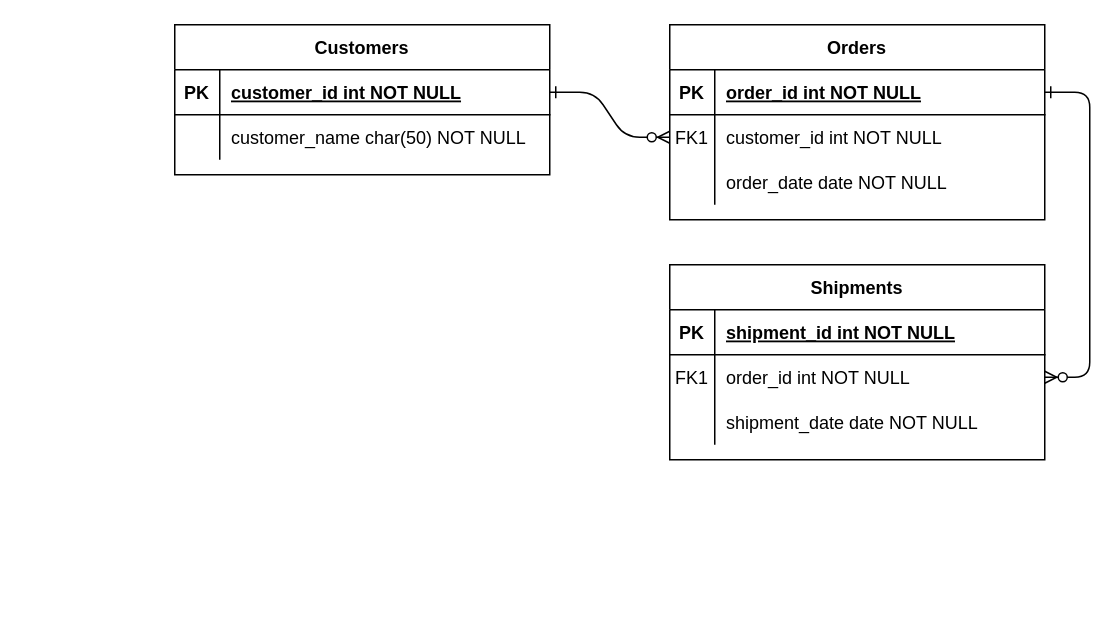
djesusguimaraes/Banco-de-Dados keeps this draw.io diagram as Untitled Diagram.drawio. Above is the earlier version. Source tidied: cells renumbered, new cells numbered last; positions are measured from the earlier drawing's top-left corner, leaving out a move shared by most shapes. Both pictures are drawn from the tidied source at 150%, with x=0, y=0 at pixel (174, 24).
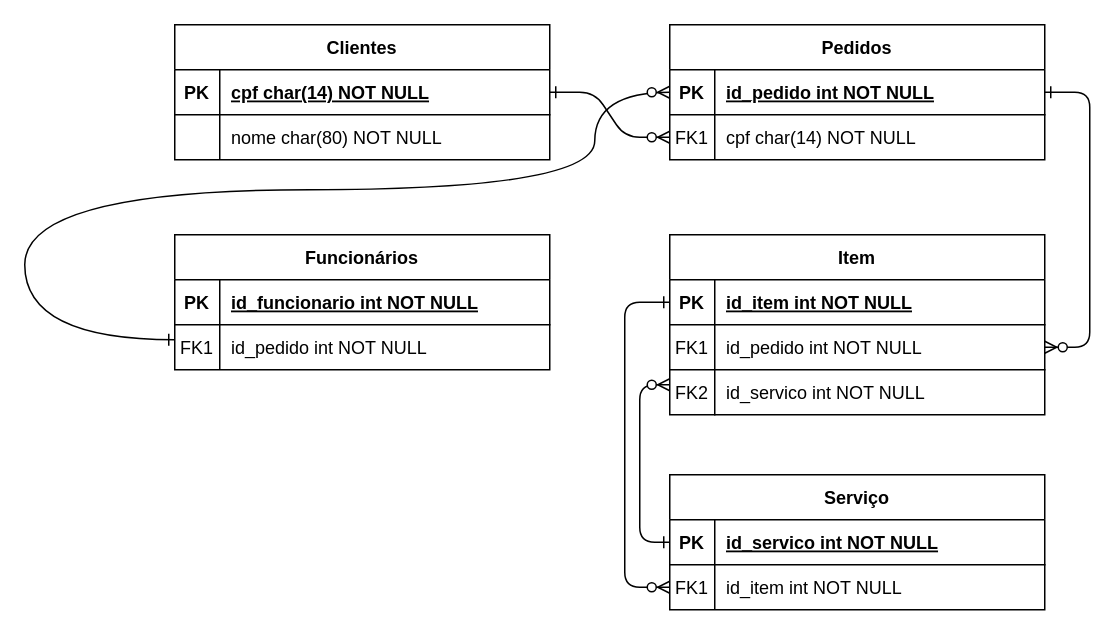
The same page after the edit.

The change refers to these unchanged cells:
```xml
<mxCell id="5" style="shape=partialRectangle;fillColor=none;points=[[0,0.5],[1,0.5]];portConstraint=eastwest;top=0;left=0;right=0;bottom=1;" parent="4" vertex="1">
  <mxGeometry y="30" width="250" height="30" as="geometry" />
</mxCell>
<mxCell id="8" style="shape=partialRectangle;fillColor=none;points=[[0,0.5],[1,0.5]];portConstraint=eastwest;top=0;left=0;right=0;bottom=0;" parent="4" vertex="1">
  <mxGeometry y="60" width="250" height="30" as="geometry" />
</mxCell>
```

The edit, as a diff of the source:
```diff
@@
-    <mxCell id="3" style="edgeStyle=entityRelationEdgeStyle;endArrow=ERzeroToMany;startArrow=ERone;endFill=1;startFill=0;" parent="1" edge="1" source="5" target="18">
+    <mxCell id="3" style="edgeStyle=entityRelationEdgeStyle;endArrow=ERzeroToMany;startArrow=ERone;endFill=1;startFill=0;entryX=1;entryY=0.5;entryDx=0;entryDy=0;" parent="1" edge="1" source="5" target="18">
       <mxGeometry relative="1" as="geometry" />
     </mxCell>
-    <mxCell id="4" value="Orders" style="shape=table;startSize=30;childLayout=tableLayout;rowLines=0;fontStyle=1;align=center;" parent="1" vertex="1">
-      <mxGeometry x="330" width="250" height="130" as="geometry" />
+    <mxCell id="4" value="Pedidos" style="shape=table;startSize=30;childLayout=tableLayout;rowLines=0;fontStyle=1;align=center;" parent="1" vertex="1">
+      <mxGeometry x="330" width="250" height="90" as="geometry" />
     </mxCell>
@@
-    <mxCell id="7" value="order_id int NOT NULL " style="shape=partialRectangle;overflow=hidden;fillColor=none;top=0;left=0;bottom=0;right=0;align=left;spacingLeft=6;fontStyle=5;" parent="5" vertex="1">
+    <mxCell id="7" value="id_pedido int NOT NULL " style="shape=partialRectangle;overflow=hidden;fillColor=none;top=0;left=0;bottom=0;right=0;align=left;spacingLeft=6;fontStyle=5;" parent="5" vertex="1">
       <mxGeometry x="30" width="220" height="30" as="geometry" />
     </mxCell>
@@
-    <mxCell id="10" value="customer_id int NOT NULL" style="shape=partialRectangle;overflow=hidden;fillColor=none;top=0;left=0;bottom=0;right=0;align=left;spacingLeft=6;" parent="8" vertex="1">
+    <mxCell id="10" value="cpf char(14) NOT NULL" style="shape=partialRectangle;overflow=hidden;fillColor=none;top=0;left=0;bottom=0;right=0;align=left;spacingLeft=6;" parent="8" vertex="1">
       <mxGeometry x="30" width="220" height="30" as="geometry" />
     </mxCell>
-    <mxCell id="11" style="shape=partialRectangle;fillColor=none;top=0;left=0;right=0;bottom=0;" parent="4" vertex="1">
-      <mxGeometry y="90" width="250" height="30" as="geometry" />
-    </mxCell>
-    <mxCell id="12" style="shape=partialRectangle;overflow=hidden;fillColor=none;top=0;left=0;bottom=0;right=0;" parent="11" vertex="1">
-      <mxGeometry width="30" height="30" as="geometry" />
-    </mxCell>
-    <mxCell id="13" value="order_date date NOT NULL" style="shape=partialRectangle;overflow=hidden;fillColor=none;top=0;left=0;bottom=0;right=0;align=left;spacingLeft=6;" parent="11" vertex="1">
-      <mxGeometry x="30" width="220" height="30" as="geometry" />
-    </mxCell>
+    <mxCell id="24" value="Clientes" style="shape=table;startSize=30;childLayout=tableLayout;rowLines=0;fontStyle=1;align=center;" parent="1" vertex="1">
+      <mxGeometry width="250" height="90" as="geometry" />
+    </mxCell>
+    <mxCell id="25" style="shape=partialRectangle;fillColor=none;points=[[0,0.5],[1,0.5]];portConstraint=eastwest;top=0;left=0;right=0;bottom=1;" parent="24" vertex="1">
+      <mxGeometry y="30" width="250" height="30" as="geometry" />
+    </mxCell>
+    <mxCell id="26" value="PK" style="shape=partialRectangle;overflow=hidden;fillColor=none;top=0;left=0;bottom=0;right=0;fontStyle=1;" parent="25" vertex="1">
+      <mxGeometry width="30" height="30" as="geometry" />
+    </mxCell>
+    <mxCell id="27" value="cpf char(14) NOT NULL " style="shape=partialRectangle;overflow=hidden;fillColor=none;top=0;left=0;bottom=0;right=0;align=left;spacingLeft=6;fontStyle=5;" parent="25" vertex="1">
+      <mxGeometry x="30" width="220" height="30" as="geometry" />
+    </mxCell>
+    <mxCell id="28" style="shape=partialRectangle;fillColor=none;top=0;left=0;right=0;bottom=0;" parent="24" vertex="1">
+      <mxGeometry y="60" width="250" height="30" as="geometry" />
+    </mxCell>
+    <mxCell id="29" style="shape=partialRectangle;overflow=hidden;fillColor=none;top=0;left=0;bottom=0;right=0;" parent="28" vertex="1">
+      <mxGeometry width="30" height="30" as="geometry" />
+    </mxCell>
+    <mxCell id="30" value="nome char(80) NOT NULL" style="shape=partialRectangle;overflow=hidden;fillColor=none;top=0;left=0;bottom=0;right=0;align=left;spacingLeft=6;" parent="28" vertex="1">
+      <mxGeometry x="30" width="220" height="30" as="geometry" />
+    </mxCell>
+    <mxCell id="31" style="edgeStyle=elbowEdgeStyle;endArrow=ERzeroToMany;startArrow=ERone;endFill=1;startFill=0;exitX=0;exitY=0.5;exitDx=0;exitDy=0;entryX=0;entryY=0.5;entryDx=0;entryDy=0;" parent="1" edge="1" source="15" target="36">
+      <mxGeometry relative="1" as="geometry">
+        <Array as="points">
+          <mxPoint x="300" y="283" />
+        </Array>
+      </mxGeometry>
+    </mxCell>
+    <mxCell id="32" value="Serviço" style="shape=table;startSize=30;childLayout=tableLayout;rowLines=0;fontStyle=1;align=center;" parent="1" vertex="1">
+      <mxGeometry x="330" y="300" width="250" height="90" as="geometry" />
+    </mxCell>
+    <mxCell id="33" style="shape=partialRectangle;fillColor=none;points=[[0,0.5],[1,0.5]];portConstraint=eastwest;top=0;left=0;right=0;bottom=1;" parent="32" vertex="1">
+      <mxGeometry y="30" width="250" height="30" as="geometry" />
+    </mxCell>
+    <mxCell id="34" value="PK" style="shape=partialRectangle;overflow=hidden;fillColor=none;top=0;left=0;bottom=0;right=0;fontStyle=1;" parent="33" vertex="1">
+      <mxGeometry width="30" height="30" as="geometry" />
+    </mxCell>
+    <mxCell id="35" value="id_servico int NOT NULL " style="shape=partialRectangle;overflow=hidden;fillColor=none;top=0;left=0;bottom=0;right=0;align=left;spacingLeft=6;fontStyle=5;" parent="33" vertex="1">
+      <mxGeometry x="30" width="220" height="30" as="geometry" />
+    </mxCell>
+    <mxCell id="36" style="shape=partialRectangle;fillColor=none;points=[[0,0.5],[1,0.5]];portConstraint=eastwest;top=0;left=0;right=0;bottom=0;" parent="32" vertex="1">
+      <mxGeometry y="60" width="250" height="30" as="geometry" />
+    </mxCell>
+    <mxCell id="37" value="FK1" style="shape=partialRectangle;overflow=hidden;fillColor=none;top=0;left=0;bottom=0;right=0;" parent="36" vertex="1">
+      <mxGeometry width="30" height="30" as="geometry" />
+    </mxCell>
+    <mxCell id="38" value="id_item int NOT NULL" style="shape=partialRectangle;overflow=hidden;fillColor=none;top=0;left=0;bottom=0;right=0;align=left;spacingLeft=6;" parent="36" vertex="1">
+      <mxGeometry x="30" width="220" height="30" as="geometry" />
+    </mxCell>
+    <mxCell id="39" style="endArrow=ERzeroToMany;startArrow=ERone;endFill=1;startFill=0;exitX=0;exitY=0.5;exitDx=0;exitDy=0;" parent="1" edge="1" source="33">
+      <mxGeometry relative="1" as="geometry">
+        <mxPoint x="330" y="240" as="targetPoint" />
+        <Array as="points">
+          <mxPoint x="310" y="345" />
+          <mxPoint x="310" y="310" />
+          <mxPoint x="310" y="240" />
+        </Array>
+      </mxGeometry>
+    </mxCell>
+    <mxCell id="40" style="edgeStyle=orthogonalEdgeStyle;endArrow=ERzeroToMany;startArrow=ERone;endFill=1;startFill=0;curved=1;entryX=0;entryY=0.5;entryDx=0;entryDy=0;" parent="1" edge="1" target="5">
+      <mxGeometry relative="1" as="geometry">
+        <mxPoint y="210" as="sourcePoint" />
+        <Array as="points">
+          <mxPoint x="-100" y="210" />
+          <mxPoint x="-100" y="110" />
+          <mxPoint x="280" y="110" />
+          <mxPoint x="280" y="45" />
+        </Array>
+      </mxGeometry>
+    </mxCell>
+    <mxCell id="41" value="Funcionários" style="shape=table;startSize=30;childLayout=tableLayout;rowLines=0;fontStyle=1;align=center;" parent="1" vertex="1">
+      <mxGeometry y="140" width="250" height="90" as="geometry" />
+    </mxCell>
+    <mxCell id="42" style="shape=partialRectangle;fillColor=none;top=0;left=0;right=0;bottom=1;" parent="41" vertex="1">
+      <mxGeometry y="30" width="250" height="30" as="geometry" />
+    </mxCell>
+    <mxCell id="43" value="PK" style="shape=partialRectangle;overflow=hidden;fillColor=none;top=0;left=0;bottom=0;right=0;fontStyle=1;" parent="42" vertex="1">
+      <mxGeometry width="30" height="30" as="geometry" />
+    </mxCell>
+    <mxCell id="44" value="id_funcionario int NOT NULL " style="shape=partialRectangle;overflow=hidden;fillColor=none;top=0;left=0;bottom=0;right=0;align=left;spacingLeft=6;fontStyle=5;" parent="42" vertex="1">
+      <mxGeometry x="30" width="220" height="30" as="geometry" />
+    </mxCell>
+    <mxCell id="45" style="shape=partialRectangle;fillColor=none;top=0;left=0;right=0;bottom=0;" parent="41" vertex="1">
+      <mxGeometry y="60" width="250" height="30" as="geometry" />
+    </mxCell>
+    <mxCell id="46" style="shape=partialRectangle;overflow=hidden;fillColor=none;top=0;left=0;bottom=0;right=0;" parent="45" vertex="1">
+      <mxGeometry width="30" height="30" as="geometry" />
+    </mxCell>
+    <mxCell id="47" value="id_pedido int NOT NULL" style="shape=partialRectangle;overflow=hidden;fillColor=none;top=0;left=0;bottom=0;right=0;align=left;spacingLeft=6;" parent="45" vertex="1">
+      <mxGeometry x="30" width="220" height="30" as="geometry" />
+    </mxCell>
+    <mxCell id="48" value="FK1" style="shape=partialRectangle;overflow=hidden;fillColor=none;top=0;left=0;bottom=0;right=0;" parent="1" vertex="1">
+      <mxGeometry y="200" width="30" height="30" as="geometry" />
+    </mxCell>
+    <mxCell id="49" style="group;fontStyle=0;" parent="1" vertex="1">
+      <mxGeometry x="330" y="140" width="250" height="120" as="geometry" />
+    </mxCell>
-    <mxCell id="14" value="Shipments" style="shape=table;startSize=30;childLayout=tableLayout;rowLines=0;fontStyle=1;align=center;" parent="1" vertex="1">
-      <mxGeometry x="330" y="160" width="250" height="130" as="geometry" />
+    <mxCell id="14" value="Item" style="shape=table;startSize=30;childLayout=tableLayout;rowLines=0;fontStyle=1;align=center;" parent="49" vertex="1">
+      <mxGeometry width="250" height="90" as="geometry" />
     </mxCell>
-    <mxCell id="15" style="shape=partialRectangle;fillColor=none;points=[[0,0.5],[1,0.5]];portConstraint=eastwest;top=0;left=0;right=0;bottom=1;" parent="14" vertex="1">
+    <mxCell id="15" style="shape=partialRectangle;fillColor=none;points=[[0,0.5],[1,0.5]];portConstraint=eastwest;top=0;left=0;right=0;bottom=1;fontStyle=0;" parent="14" vertex="1">
       <mxGeometry y="30" width="250" height="30" as="geometry" />
     </mxCell>
@@
-    <mxCell id="17" value="shipment_id int NOT NULL " style="shape=partialRectangle;overflow=hidden;fillColor=none;top=0;left=0;bottom=0;right=0;align=left;spacingLeft=6;fontStyle=5;" parent="15" vertex="1">
+    <mxCell id="17" value="id_item int NOT NULL " style="shape=partialRectangle;overflow=hidden;fillColor=none;top=0;left=0;bottom=0;right=0;align=left;spacingLeft=6;fontStyle=5;" parent="15" vertex="1">
       <mxGeometry x="30" width="220" height="30" as="geometry" />
     </mxCell>
-    <mxCell id="18" style="shape=partialRectangle;fillColor=none;points=[[0,0.5],[1,0.5]];portConstraint=eastwest;top=0;left=0;right=0;bottom=0;" parent="14" vertex="1">
+    <mxCell id="18" style="shape=partialRectangle;fillColor=none;points=[[0,0.5],[1,0.5]];portConstraint=eastwest;top=0;left=0;right=0;bottom=0;fontStyle=0;" parent="14" vertex="1">
       <mxGeometry y="60" width="250" height="30" as="geometry" />
     </mxCell>
-    <mxCell id="19" value="FK1" style="shape=partialRectangle;overflow=hidden;fillColor=none;top=0;left=0;bottom=0;right=0;" parent="18" vertex="1">
+    <mxCell id="19" value="FK1" style="shape=partialRectangle;overflow=hidden;fillColor=none;top=0;left=0;bottom=0;right=0;fontStyle=0;" parent="18" vertex="1">
       <mxGeometry width="30" height="30" as="geometry" />
     </mxCell>
-    <mxCell id="20" value="order_id int NOT NULL" style="shape=partialRectangle;overflow=hidden;fillColor=none;top=0;left=0;bottom=0;right=0;align=left;spacingLeft=6;" parent="18" vertex="1">
+    <mxCell id="20" value="id_pedido int NOT NULL" style="shape=partialRectangle;overflow=hidden;fillColor=none;top=0;left=0;bottom=0;right=0;align=left;spacingLeft=6;fontStyle=0;" parent="18" vertex="1">
       <mxGeometry x="30" width="220" height="30" as="geometry" />
     </mxCell>
-    <mxCell id="21" style="shape=partialRectangle;fillColor=none;top=0;left=0;right=0;bottom=0;" parent="14" vertex="1">
-      <mxGeometry y="90" width="250" height="30" as="geometry" />
-    </mxCell>
-    <mxCell id="22" style="shape=partialRectangle;overflow=hidden;fillColor=none;top=0;left=0;bottom=0;right=0;" parent="21" vertex="1">
-      <mxGeometry width="30" height="30" as="geometry" />
-    </mxCell>
-    <mxCell id="23" value="shipment_date date NOT NULL" style="shape=partialRectangle;overflow=hidden;fillColor=none;top=0;left=0;bottom=0;right=0;align=left;spacingLeft=6;" parent="21" vertex="1">
-      <mxGeometry x="30" width="220" height="30" as="geometry" />
-    </mxCell>
-    <mxCell id="24" value="Customers" style="shape=table;startSize=30;childLayout=tableLayout;rowLines=0;fontStyle=1;align=center;" parent="1" vertex="1">
-      <mxGeometry width="250" height="100" as="geometry" />
-    </mxCell>
-    <mxCell id="25" style="shape=partialRectangle;fillColor=none;points=[[0,0.5],[1,0.5]];portConstraint=eastwest;top=0;left=0;right=0;bottom=1;" parent="24" vertex="1">
-      <mxGeometry y="30" width="250" height="30" as="geometry" />
-    </mxCell>
-    <mxCell id="26" value="PK" style="shape=partialRectangle;overflow=hidden;fillColor=none;top=0;left=0;bottom=0;right=0;fontStyle=1;" parent="25" vertex="1">
-      <mxGeometry width="30" height="30" as="geometry" />
-    </mxCell>
-    <mxCell id="27" value="customer_id int NOT NULL " style="shape=partialRectangle;overflow=hidden;fillColor=none;top=0;left=0;bottom=0;right=0;align=left;spacingLeft=6;fontStyle=5;" parent="25" vertex="1">
-      <mxGeometry x="30" width="220" height="30" as="geometry" />
-    </mxCell>
-    <mxCell id="28" style="shape=partialRectangle;fillColor=none;top=0;left=0;right=0;bottom=0;" parent="24" vertex="1">
-      <mxGeometry y="60" width="250" height="30" as="geometry" />
-    </mxCell>
-    <mxCell id="29" style="shape=partialRectangle;overflow=hidden;fillColor=none;top=0;left=0;bottom=0;right=0;" parent="28" vertex="1">
-      <mxGeometry width="30" height="30" as="geometry" />
-    </mxCell>
-    <mxCell id="30" value="customer_name char(50) NOT NULL" style="shape=partialRectangle;overflow=hidden;fillColor=none;top=0;left=0;bottom=0;right=0;align=left;spacingLeft=6;" parent="28" vertex="1">
-      <mxGeometry x="30" width="220" height="30" as="geometry" />
-    </mxCell>
+    <mxCell id="50" style="rounded=0;whiteSpace=wrap;html=1;align=center;fontStyle=0;" parent="49" vertex="1">
+      <mxGeometry y="90" width="30" height="30" as="geometry" />
+    </mxCell>
+    <mxCell id="51" style="rounded=0;whiteSpace=wrap;html=1;align=center;fontStyle=0;" parent="49" vertex="1">
+      <mxGeometry x="30" y="90" width="220" height="30" as="geometry" />
+    </mxCell>
+    <mxCell id="52" value="id_servico int NOT NULL" style="shape=partialRectangle;overflow=hidden;fillColor=none;top=0;left=0;bottom=0;right=0;align=left;spacingLeft=6;fontStyle=0;" parent="49" vertex="1">
+      <mxGeometry x="30" y="90" width="220" height="30" as="geometry" />
+    </mxCell>
+    <mxCell id="53" value="FK2" style="shape=partialRectangle;overflow=hidden;fillColor=none;top=0;left=0;bottom=0;right=0;fontStyle=0;" parent="49" vertex="1">
+      <mxGeometry y="90" width="30" height="30" as="geometry" />
+    </mxCell>
```
